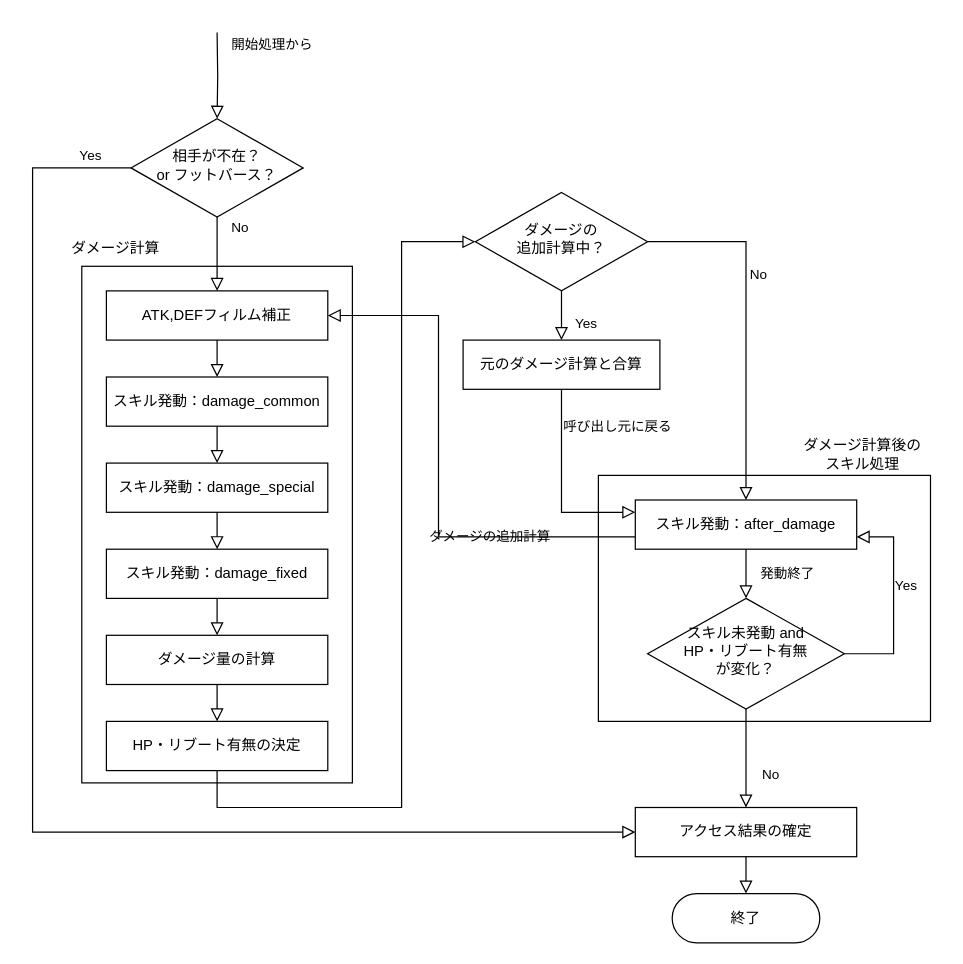
Above: page "Damage" (3 of 3) of docs/access-flow.drawio in Seo-4d696b75/station-access-simulator (draw.io), before the change. Source tidied: cells renumbered, new cells numbered last; positions are measured from the earlier drawing's top-left corner, leaving out a move shared by most shapes. Both pictures are drawn from the tidied source at 123%, with x=0, y=0 at pixel (32, 32).
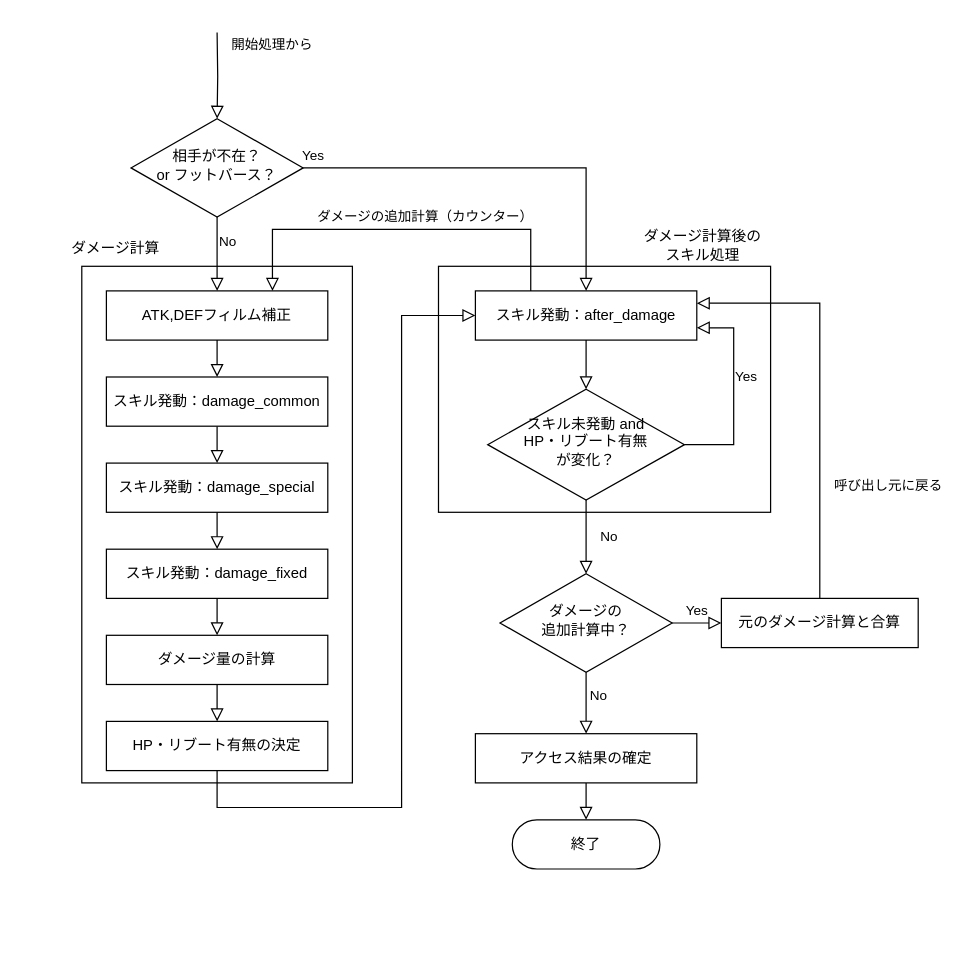
The same page after the edit.

Commit message (it also covers changes not shown here):
修正：アクセス処理のFlowチャート

The change refers to these unchanged cells:
```xml
<mxCell id="5" value="HP・リブート有無の決定" style="rounded=0;whiteSpace=wrap;html=1;fontSize=12;glass=0;strokeWidth=1;shadow=0;" parent="1" vertex="1">
  <mxGeometry x="60" y="560" width="180" height="40" as="geometry" />
</mxCell>
<mxCell id="14" value="相手が不在？&lt;br&gt;or フットバース？" style="rhombus;whiteSpace=wrap;html=1;shadow=0;fontFamily=Helvetica;fontSize=12;align=center;strokeWidth=1;spacing=6;spacingTop=-4;" parent="1" vertex="1">
  <mxGeometry x="80" y="70" width="140" height="80" as="geometry" />
</mxCell>
<mxCell id="34" value="ATK,DEFフィルム補正" style="rounded=0;whiteSpace=wrap;html=1;fontSize=12;glass=0;strokeWidth=1;shadow=0;" parent="1" vertex="1">
  <mxGeometry x="60" y="210" width="180" height="40" as="geometry" />
</mxCell>
```

Change to the diagram source:
```diff
@@
     <mxCell id="3" style="rounded=0;whiteSpace=wrap;html=1;strokeColor=#000000;fillColor=none;" parent="1" vertex="1">
-      <mxGeometry x="460" y="360" width="270" height="200" as="geometry" />
+      <mxGeometry x="330" y="190" width="270" height="200" as="geometry" />
     </mxCell>
     <mxCell id="4" value="No" style="rounded=0;html=1;jettySize=auto;fontSize=11;endArrow=block;endFill=0;endSize=8;strokeWidth=1;shadow=0;labelBackgroundColor=none;edgeStyle=orthogonalEdgeStyle;align=left;verticalAlign=middle;exitX=0.5;exitY=1;exitDx=0;exitDy=0;entryX=0.5;entryY=0;entryDx=0;entryDy=0;" parent="1" edge="1" source="14" target="34">
-      <mxGeometry x="-0.71" y="10" relative="1" as="geometry" />
+      <mxGeometry x="-0.33" relative="1" as="geometry" />
     </mxCell>
@@
     <mxCell id="16" value="ダメージの&lt;br&gt;追加計算中？" style="rhombus;whiteSpace=wrap;html=1;shadow=0;fontFamily=Helvetica;fontSize=12;align=center;strokeWidth=1;spacing=6;spacingTop=-4;" parent="1" vertex="1">
-      <mxGeometry x="360" y="130" width="140" height="80" as="geometry" />
+      <mxGeometry x="380" y="440" width="140" height="80" as="geometry" />
     </mxCell>
     <mxCell id="17" value="スキル発動：after_damage" style="rounded=0;whiteSpace=wrap;html=1;fontSize=12;glass=0;strokeWidth=1;shadow=0;" parent="1" vertex="1">
-      <mxGeometry x="490" y="380" width="180" height="40" as="geometry" />
+      <mxGeometry x="360" y="210" width="180" height="40" as="geometry" />
     </mxCell>
-    <mxCell id="18" value="Yes" style="rounded=0;html=1;jettySize=auto;fontSize=11;endArrow=block;endFill=0;endSize=8;strokeWidth=1;shadow=0;labelBackgroundColor=none;edgeStyle=orthogonalEdgeStyle;entryX=0.5;entryY=0;entryDx=0;entryDy=0;exitX=0.5;exitY=1;exitDx=0;exitDy=0;" parent="1" edge="1" source="16" target="25">
-      <mxGeometry x="0.33" y="20" relative="1" as="geometry" />
+    <mxCell id="18" value="Yes" style="rounded=0;html=1;jettySize=auto;fontSize=11;endArrow=block;endFill=0;endSize=8;strokeWidth=1;shadow=0;labelBackgroundColor=none;edgeStyle=orthogonalEdgeStyle;exitX=1;exitY=0.5;exitDx=0;exitDy=0;entryX=0;entryY=0.5;entryDx=0;entryDy=0;" parent="1" edge="1" source="16" target="25">
+      <mxGeometry y="10" relative="1" as="geometry" />
     </mxCell>
     <mxCell id="19" value="スキル未発動 and&lt;br&gt;HP・リブート有無&lt;br&gt;が変化？" style="rhombus;whiteSpace=wrap;html=1;shadow=0;fontFamily=Helvetica;fontSize=12;align=center;strokeWidth=1;spacing=6;spacingTop=-4;verticalAlign=middle;" parent="1" vertex="1">
-      <mxGeometry x="500" y="460" width="160" height="90" as="geometry" />
+      <mxGeometry x="370" y="290" width="160" height="90" as="geometry" />
     </mxCell>
-    <mxCell id="20" value="発動終了" style="rounded=0;html=1;jettySize=auto;fontSize=11;endArrow=block;endFill=0;endSize=8;strokeWidth=1;shadow=0;labelBackgroundColor=none;edgeStyle=orthogonalEdgeStyle;entryX=0.5;entryY=0;entryDx=0;entryDy=0;exitX=0.5;exitY=1;exitDx=0;exitDy=0;align=left;" parent="1" edge="1" source="17" target="19">
-      <mxGeometry y="10" relative="1" as="geometry">
-        <Array as="points">
-          <mxPoint x="580" y="440" />
-          <mxPoint x="580" y="440" />
-        </Array>
-      </mxGeometry>
-    </mxCell>
-    <mxCell id="21" value="Yes" style="rounded=0;html=1;jettySize=auto;fontSize=11;endArrow=block;endFill=0;endSize=8;strokeWidth=1;shadow=0;labelBackgroundColor=none;edgeStyle=orthogonalEdgeStyle;entryX=1;entryY=0.75;entryDx=0;entryDy=0;exitX=1;exitY=0.5;exitDx=0;exitDy=0;" parent="1" edge="1" source="19" target="17">
+    <mxCell id="21" value="Yes" style="rounded=0;html=1;jettySize=auto;fontSize=11;endArrow=block;endFill=0;endSize=8;strokeWidth=1;shadow=0;labelBackgroundColor=none;edgeStyle=orthogonalEdgeStyle;exitX=1;exitY=0.5;exitDx=0;exitDy=0;" parent="1" edge="1" source="19">
       <mxGeometry x="0.15" y="-10" relative="1" as="geometry">
+        <mxPoint x="540" y="240" as="targetPoint" />
         <Array as="points">
-          <mxPoint x="700" y="505" />
-          <mxPoint x="700" y="410" />
+          <mxPoint x="570" y="335" />
+          <mxPoint x="570" y="240" />
+          <mxPoint x="540" y="240" />
         </Array>
       </mxGeometry>
     </mxCell>
-    <mxCell id="22" value="No" style="rounded=0;html=1;jettySize=auto;fontSize=11;endArrow=block;endFill=0;endSize=8;strokeWidth=1;shadow=0;labelBackgroundColor=none;edgeStyle=orthogonalEdgeStyle;exitX=0.5;exitY=1;exitDx=0;exitDy=0;entryX=0.5;entryY=0;entryDx=0;entryDy=0;" parent="1" edge="1" source="19" target="29">
-      <mxGeometry x="0.33" y="20" relative="1" as="geometry" />
-    </mxCell>
-    <mxCell id="23" style="rounded=0;html=1;jettySize=auto;fontSize=11;endArrow=block;endFill=0;endSize=8;strokeWidth=1;shadow=0;labelBackgroundColor=none;edgeStyle=orthogonalEdgeStyle;exitX=0.5;exitY=1;exitDx=0;exitDy=0;entryX=0;entryY=0.5;entryDx=0;entryDy=0;" parent="1" edge="1" source="5" target="16">
+    <mxCell id="23" style="rounded=0;html=1;jettySize=auto;fontSize=11;endArrow=block;endFill=0;endSize=8;strokeWidth=1;shadow=0;labelBackgroundColor=none;edgeStyle=orthogonalEdgeStyle;exitX=0.5;exitY=1;exitDx=0;exitDy=0;entryX=0;entryY=0.5;entryDx=0;entryDy=0;" parent="1" edge="1" source="5" target="17">
       <mxGeometry x="0.33" y="20" relative="1" as="geometry">
         <Array as="points">
           <mxPoint x="150" y="630" />
           <mxPoint x="300" y="630" />
-          <mxPoint x="300" y="170" />
+          <mxPoint x="300" y="230" />
         </Array>
       </mxGeometry>
     </mxCell>
-    <mxCell id="24" value="ダメージの追加計算" style="rounded=0;html=1;jettySize=auto;fontSize=11;endArrow=block;endFill=0;endSize=8;strokeWidth=1;shadow=0;labelBackgroundColor=none;edgeStyle=orthogonalEdgeStyle;entryX=1;entryY=0.5;entryDx=0;entryDy=0;align=left;exitX=0;exitY=0.75;exitDx=0;exitDy=0;" parent="1" edge="1" source="17" target="34">
-      <mxGeometry x="-0.26" y="-10" relative="1" as="geometry">
+    <mxCell id="24" value="ダメージの追加計算（カウンター）" style="rounded=0;html=1;jettySize=auto;fontSize=11;endArrow=block;endFill=0;endSize=8;strokeWidth=1;shadow=0;labelBackgroundColor=none;edgeStyle=orthogonalEdgeStyle;entryX=0.75;entryY=0;entryDx=0;entryDy=0;align=left;exitX=0.25;exitY=0;exitDx=0;exitDy=0;" parent="1" edge="1" source="17" target="34">
+      <mxGeometry x="0.45" y="-10" relative="1" as="geometry">
         <Array as="points">
-          <mxPoint x="330" y="410" />
-          <mxPoint x="330" y="230" />
+          <mxPoint x="405" y="160" />
+          <mxPoint x="195" y="160" />
         </Array>
-        <mxPoint x="-10" y="10" as="offset" />
       </mxGeometry>
     </mxCell>
     <mxCell id="25" value="元のダメージ計算と合算" style="rounded=0;whiteSpace=wrap;html=1;fontSize=12;glass=0;strokeWidth=1;shadow=0;" parent="1" vertex="1">
-      <mxGeometry x="350" y="250" width="160" height="40" as="geometry" />
+      <mxGeometry x="560" y="460" width="160" height="40" as="geometry" />
     </mxCell>
-    <mxCell id="26" value="呼び出し元に戻る" style="rounded=0;html=1;jettySize=auto;fontSize=11;endArrow=block;endFill=0;endSize=8;strokeWidth=1;shadow=0;labelBackgroundColor=none;edgeStyle=orthogonalEdgeStyle;entryX=0;entryY=0.25;entryDx=0;entryDy=0;exitX=0.5;exitY=1;exitDx=0;exitDy=0;align=left;" parent="1" edge="1" source="25" target="17">
-      <mxGeometry x="-0.62" relative="1" as="geometry">
+    <mxCell id="26" value="呼び出し元に戻る" style="rounded=0;html=1;jettySize=auto;fontSize=11;endArrow=block;endFill=0;endSize=8;strokeWidth=1;shadow=0;labelBackgroundColor=none;edgeStyle=orthogonalEdgeStyle;exitX=0.5;exitY=0;exitDx=0;exitDy=0;align=left;entryX=1;entryY=0.25;entryDx=0;entryDy=0;" parent="1" edge="1" source="25" target="17">
+      <mxGeometry x="-0.46" y="-10" relative="1" as="geometry">
         <Array as="points">
-          <mxPoint x="430" y="390" />
+          <mxPoint x="640" y="220" />
         </Array>
       </mxGeometry>
     </mxCell>
-    <mxCell id="27" value="No" style="rounded=0;html=1;jettySize=auto;fontSize=11;endArrow=block;endFill=0;endSize=8;strokeWidth=1;shadow=0;labelBackgroundColor=none;edgeStyle=orthogonalEdgeStyle;entryX=0.5;entryY=0;entryDx=0;entryDy=0;exitX=1;exitY=0.5;exitDx=0;exitDy=0;" parent="1" edge="1" source="16" target="17">
+    <mxCell id="27" value="No" style="rounded=0;html=1;jettySize=auto;fontSize=11;endArrow=block;endFill=0;endSize=8;strokeWidth=1;shadow=0;labelBackgroundColor=none;edgeStyle=orthogonalEdgeStyle;exitX=0.5;exitY=1;exitDx=0;exitDy=0;entryX=0.5;entryY=0;entryDx=0;entryDy=0;" parent="1" edge="1" source="16" target="29">
       <mxGeometry x="-0.26" y="10" relative="1" as="geometry">
         <Array as="points">
-          <mxPoint x="580" y="170" />
+          <mxPoint x="450" y="540" />
+          <mxPoint x="450" y="540" />
         </Array>
       </mxGeometry>
     </mxCell>
     <mxCell id="28" value="ダメージ計算後の&lt;br&gt;スキル処理" style="text;html=1;strokeColor=none;fillColor=none;align=center;verticalAlign=bottom;whiteSpace=wrap;rounded=0;" parent="1" vertex="1">
-      <mxGeometry x="620" y="330" width="110" height="30" as="geometry" />
+      <mxGeometry x="490" y="160" width="110" height="30" as="geometry" />
     </mxCell>
     <mxCell id="29" value="アクセス結果の確定" style="rounded=0;whiteSpace=wrap;html=1;fontSize=12;glass=0;strokeWidth=1;shadow=0;" parent="1" vertex="1">
-      <mxGeometry x="490" y="630" width="180" height="40" as="geometry" />
+      <mxGeometry x="360" y="570" width="180" height="40" as="geometry" />
     </mxCell>
     <mxCell id="30" value="終了" style="rounded=1;whiteSpace=wrap;html=1;fontSize=12;glass=0;strokeWidth=1;shadow=0;arcSize=50;" parent="1" vertex="1">
-      <mxGeometry x="520" y="700" width="120" height="40" as="geometry" />
+      <mxGeometry x="390" y="640" width="120" height="40" as="geometry" />
     </mxCell>
     <mxCell id="31" style="rounded=0;html=1;jettySize=auto;fontSize=11;endArrow=block;endFill=0;endSize=8;strokeWidth=1;shadow=0;labelBackgroundColor=none;edgeStyle=orthogonalEdgeStyle;entryX=0.5;entryY=0;entryDx=0;entryDy=0;" parent="1" edge="1" target="30">
       <mxGeometry x="0.33" y="20" relative="1" as="geometry">
-        <mxPoint x="580" y="670" as="sourcePoint" />
+        <mxPoint x="450" y="610" as="sourcePoint" />
       </mxGeometry>
     </mxCell>
-    <mxCell id="32" value="Yes" style="rounded=0;html=1;jettySize=auto;fontSize=11;endArrow=block;endFill=0;endSize=8;strokeWidth=1;shadow=0;labelBackgroundColor=none;edgeStyle=orthogonalEdgeStyle;entryX=0;entryY=0.5;entryDx=0;entryDy=0;exitX=0;exitY=0.5;exitDx=0;exitDy=0;" parent="1" edge="1" source="14" target="29">
-      <mxGeometry x="-0.94" y="-10" relative="1" as="geometry">
+    <mxCell id="32" value="Yes" style="rounded=0;html=1;jettySize=auto;fontSize=11;endArrow=block;endFill=0;endSize=8;strokeWidth=1;shadow=0;labelBackgroundColor=none;edgeStyle=orthogonalEdgeStyle;exitX=1;exitY=0.5;exitDx=0;exitDy=0;entryX=0.5;entryY=0;entryDx=0;entryDy=0;" parent="1" edge="1" source="14" target="17">
+      <mxGeometry x="-0.95" y="10" relative="1" as="geometry">
         <Array as="points">
-          <mxPoint y="110" />
-          <mxPoint y="650" />
-          <mxPoint x="490" y="650" />
+          <mxPoint x="450" y="110" />
         </Array>
       </mxGeometry>
     </mxCell>
@@
+    <mxCell id="36" style="rounded=0;html=1;jettySize=auto;fontSize=11;endArrow=block;endFill=0;endSize=8;strokeWidth=1;shadow=0;labelBackgroundColor=none;edgeStyle=orthogonalEdgeStyle;align=left;entryX=0.5;entryY=0;entryDx=0;entryDy=0;" parent="1" edge="1" target="19">
+      <mxGeometry x="-0.46" y="-10" relative="1" as="geometry">
+        <mxPoint x="450" y="250" as="sourcePoint" />
+        <Array as="points">
+          <mxPoint x="450" y="250" />
+          <mxPoint x="450" y="250" />
+        </Array>
+      </mxGeometry>
+    </mxCell>
+    <mxCell id="22" value="No" style="rounded=0;html=1;jettySize=auto;fontSize=11;endArrow=block;endFill=0;endSize=8;strokeWidth=1;shadow=0;labelBackgroundColor=none;edgeStyle=orthogonalEdgeStyle;align=left;entryX=0.5;entryY=0;entryDx=0;entryDy=0;exitX=0.5;exitY=1;exitDx=0;exitDy=0;" parent="1" edge="1" source="19" target="16">
+      <mxGeometry y="10" relative="1" as="geometry">
+        <Array as="points">
+          <mxPoint x="450" y="380" />
+          <mxPoint x="450" y="440" />
+        </Array>
+      </mxGeometry>
+    </mxCell>
```
